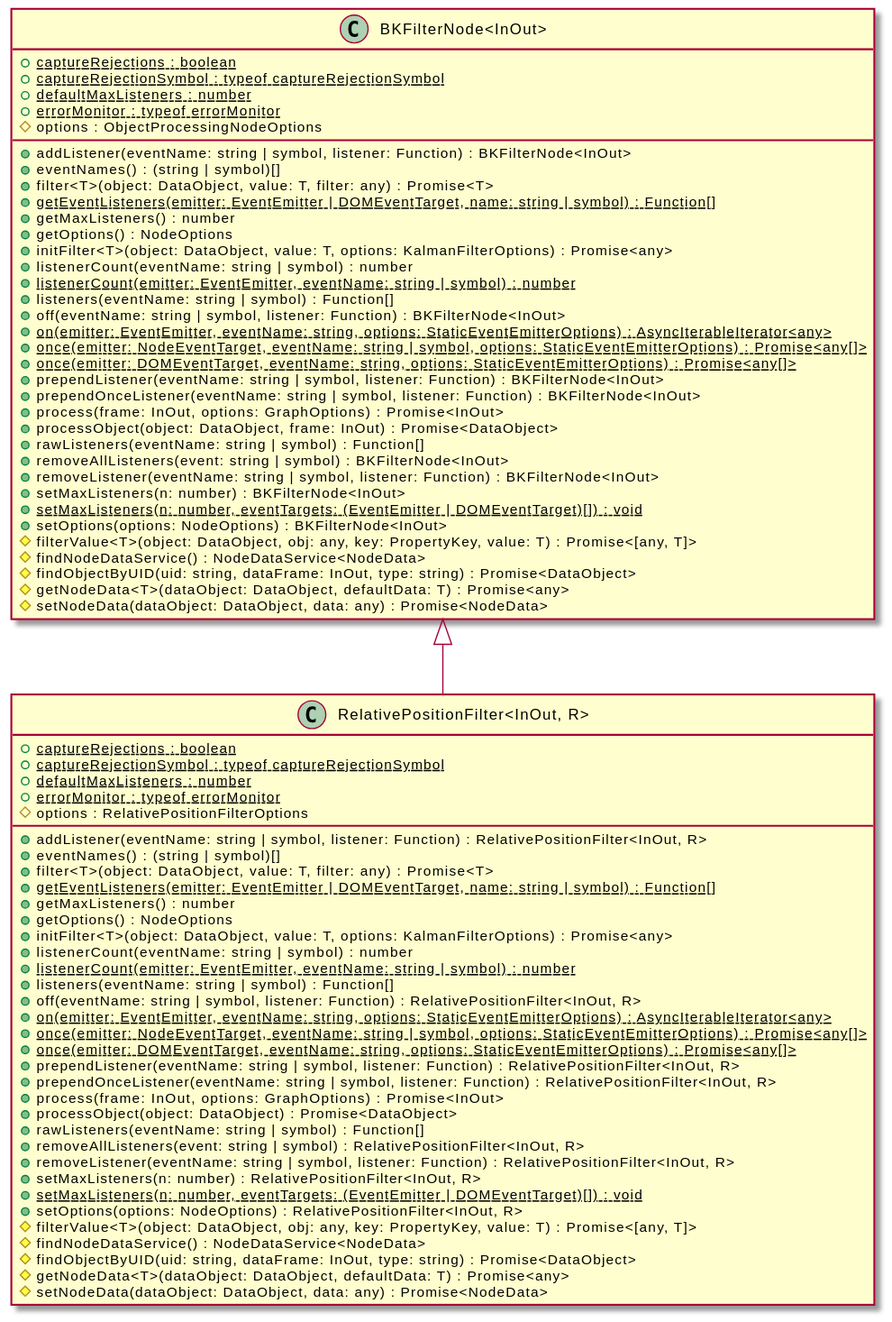
Earlier version of the PlantUML export assets/RelativePositionFilter-umlClassDiagram-14373.svg (OpenHPS/openhps-core). Source of this version:
```plantuml
@startuml
skinparam BackgroundColor transparent
hide empty methods
hide empty fields
class "RelativePositionFilter<InOut, R>" {
    {static} +captureRejections : boolean
    {static} +captureRejectionSymbol : typeof captureRejectionSymbol
    {static} +defaultMaxListeners : number
    {static} +errorMonitor : typeof errorMonitor
    #options : RelativePositionFilterOptions
    +addListener(eventName: string | symbol, listener: Function) : RelativePositionFilter<InOut, R>
    +eventNames() : (string | symbol)[]
    +filter<T>(object: DataObject, value: T, filter: any) : Promise<T>
    {static} +getEventListeners(emitter: EventEmitter | DOMEventTarget, name: string | symbol) : Function[]
    +getMaxListeners() : number
    +getOptions() : NodeOptions
    +initFilter<T>(object: DataObject, value: T, options: KalmanFilterOptions) : Promise<any>
    +listenerCount(eventName: string | symbol) : number
    {static} +listenerCount(emitter: EventEmitter, eventName: string | symbol) : number
    +listeners(eventName: string | symbol) : Function[]
    +off(eventName: string | symbol, listener: Function) : RelativePositionFilter<InOut, R>
    {static} +on(emitter: EventEmitter, eventName: string, options: StaticEventEmitterOptions) : AsyncIterableIterator<any>
    {static} +once(emitter: NodeEventTarget, eventName: string | symbol, options: StaticEventEmitterOptions) : Promise<any[]>
    {static} +once(emitter: DOMEventTarget, eventName: string, options: StaticEventEmitterOptions) : Promise<any[]>
    +prependListener(eventName: string | symbol, listener: Function) : RelativePositionFilter<InOut, R>
    +prependOnceListener(eventName: string | symbol, listener: Function) : RelativePositionFilter<InOut, R>
    +process(frame: InOut, options: GraphOptions) : Promise<InOut>
    +processObject(object: DataObject) : Promise<DataObject>
    +rawListeners(eventName: string | symbol) : Function[]
    +removeAllListeners(event: string | symbol) : RelativePositionFilter<InOut, R>
    +removeListener(eventName: string | symbol, listener: Function) : RelativePositionFilter<InOut, R>
    +setMaxListeners(n: number) : RelativePositionFilter<InOut, R>
    {static} +setMaxListeners(n: number, eventTargets: (EventEmitter | DOMEventTarget)[]) : void
    +setOptions(options: NodeOptions) : RelativePositionFilter<InOut, R>
    #filterValue<T>(object: DataObject, obj: any, key: PropertyKey, value: T) : Promise<[any, T]>
    #findNodeDataService() : NodeDataService<NodeData>
    #findObjectByUID(uid: string, dataFrame: InOut, type: string) : Promise<DataObject>
    #getNodeData<T>(dataObject: DataObject, defaultData: T) : Promise<any>
    #setNodeData(dataObject: DataObject, data: any) : Promise<NodeData>
}
class "BKFilterNode<InOut>" {
    {static} +captureRejections : boolean
    {static} +captureRejectionSymbol : typeof captureRejectionSymbol
    {static} +defaultMaxListeners : number
    {static} +errorMonitor : typeof errorMonitor
    #options : ObjectProcessingNodeOptions
    +addListener(eventName: string | symbol, listener: Function) : BKFilterNode<InOut>
    +eventNames() : (string | symbol)[]
    +filter<T>(object: DataObject, value: T, filter: any) : Promise<T>
    {static} +getEventListeners(emitter: EventEmitter | DOMEventTarget, name: string | symbol) : Function[]
    +getMaxListeners() : number
    +getOptions() : NodeOptions
    +initFilter<T>(object: DataObject, value: T, options: KalmanFilterOptions) : Promise<any>
    +listenerCount(eventName: string | symbol) : number
    {static} +listenerCount(emitter: EventEmitter, eventName: string | symbol) : number
    +listeners(eventName: string | symbol) : Function[]
    +off(eventName: string | symbol, listener: Function) : BKFilterNode<InOut>
    {static} +on(emitter: EventEmitter, eventName: string, options: StaticEventEmitterOptions) : AsyncIterableIterator<any>
    {static} +once(emitter: NodeEventTarget, eventName: string | symbol, options: StaticEventEmitterOptions) : Promise<any[]>
    {static} +once(emitter: DOMEventTarget, eventName: string, options: StaticEventEmitterOptions) : Promise<any[]>
    +prependListener(eventName: string | symbol, listener: Function) : BKFilterNode<InOut>
    +prependOnceListener(eventName: string | symbol, listener: Function) : BKFilterNode<InOut>
    +process(frame: InOut, options: GraphOptions) : Promise<InOut>
    +processObject(object: DataObject, frame: InOut) : Promise<DataObject>
    +rawListeners(eventName: string | symbol) : Function[]
    +removeAllListeners(event: string | symbol) : BKFilterNode<InOut>
    +removeListener(eventName: string | symbol, listener: Function) : BKFilterNode<InOut>
    +setMaxListeners(n: number) : BKFilterNode<InOut>
    {static} +setMaxListeners(n: number, eventTargets: (EventEmitter | DOMEventTarget)[]) : void
    +setOptions(options: NodeOptions) : BKFilterNode<InOut>
    #filterValue<T>(object: DataObject, obj: any, key: PropertyKey, value: T) : Promise<[any, T]>
    #findNodeDataService() : NodeDataService<NodeData>
    #findObjectByUID(uid: string, dataFrame: InOut, type: string) : Promise<DataObject>
    #getNodeData<T>(dataObject: DataObject, defaultData: T) : Promise<any>
    #setNodeData(dataObject: DataObject, data: any) : Promise<NodeData>
}
"BKFilterNode<InOut>" <|-- "RelativePositionFilter<InOut, R>"
@enduml
```
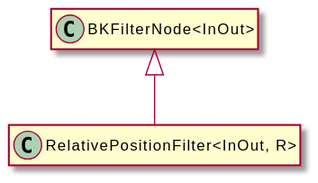
Later version of the same file.

Change to the diagram source:
```diff
@@ -3,76 +3,8 @@
 hide empty methods
 hide empty fields
 class "RelativePositionFilter<InOut, R>" {
-    {static} +captureRejections : boolean
-    {static} +captureRejectionSymbol : typeof captureRejectionSymbol
-    {static} +defaultMaxListeners : number
-    {static} +errorMonitor : typeof errorMonitor
-    #options : RelativePositionFilterOptions
-    +addListener(eventName: string | symbol, listener: Function) : RelativePositionFilter<InOut, R>
-    +eventNames() : (string | symbol)[]
-    +filter<T>(object: DataObject, value: T, filter: any) : Promise<T>
-    {static} +getEventListeners(emitter: EventEmitter | DOMEventTarget, name: string | symbol) : Function[]
-    +getMaxListeners() : number
-    +getOptions() : NodeOptions
-    +initFilter<T>(object: DataObject, value: T, options: KalmanFilterOptions) : Promise<any>
-    +listenerCount(eventName: string | symbol) : number
-    {static} +listenerCount(emitter: EventEmitter, eventName: string | symbol) : number
-    +listeners(eventName: string | symbol) : Function[]
-    +off(eventName: string | symbol, listener: Function) : RelativePositionFilter<InOut, R>
-    {static} +on(emitter: EventEmitter, eventName: string, options: StaticEventEmitterOptions) : AsyncIterableIterator<any>
-    {static} +once(emitter: NodeEventTarget, eventName: string | symbol, options: StaticEventEmitterOptions) : Promise<any[]>
-    {static} +once(emitter: DOMEventTarget, eventName: string, options: StaticEventEmitterOptions) : Promise<any[]>
-    +prependListener(eventName: string | symbol, listener: Function) : RelativePositionFilter<InOut, R>
-    +prependOnceListener(eventName: string | symbol, listener: Function) : RelativePositionFilter<InOut, R>
-    +process(frame: InOut, options: GraphOptions) : Promise<InOut>
-    +processObject(object: DataObject) : Promise<DataObject>
-    +rawListeners(eventName: string | symbol) : Function[]
-    +removeAllListeners(event: string | symbol) : RelativePositionFilter<InOut, R>
-    +removeListener(eventName: string | symbol, listener: Function) : RelativePositionFilter<InOut, R>
-    +setMaxListeners(n: number) : RelativePositionFilter<InOut, R>
-    {static} +setMaxListeners(n: number, eventTargets: (EventEmitter | DOMEventTarget)[]) : void
-    +setOptions(options: NodeOptions) : RelativePositionFilter<InOut, R>
-    #filterValue<T>(object: DataObject, obj: any, key: PropertyKey, value: T) : Promise<[any, T]>
-    #findNodeDataService() : NodeDataService<NodeData>
-    #findObjectByUID(uid: string, dataFrame: InOut, type: string) : Promise<DataObject>
-    #getNodeData<T>(dataObject: DataObject, defaultData: T) : Promise<any>
-    #setNodeData(dataObject: DataObject, data: any) : Promise<NodeData>
 }
 class "BKFilterNode<InOut>" {
-    {static} +captureRejections : boolean
-    {static} +captureRejectionSymbol : typeof captureRejectionSymbol
-    {static} +defaultMaxListeners : number
-    {static} +errorMonitor : typeof errorMonitor
-    #options : ObjectProcessingNodeOptions
-    +addListener(eventName: string | symbol, listener: Function) : BKFilterNode<InOut>
-    +eventNames() : (string | symbol)[]
-    +filter<T>(object: DataObject, value: T, filter: any) : Promise<T>
-    {static} +getEventListeners(emitter: EventEmitter | DOMEventTarget, name: string | symbol) : Function[]
-    +getMaxListeners() : number
-    +getOptions() : NodeOptions
-    +initFilter<T>(object: DataObject, value: T, options: KalmanFilterOptions) : Promise<any>
-    +listenerCount(eventName: string | symbol) : number
-    {static} +listenerCount(emitter: EventEmitter, eventName: string | symbol) : number
-    +listeners(eventName: string | symbol) : Function[]
-    +off(eventName: string | symbol, listener: Function) : BKFilterNode<InOut>
-    {static} +on(emitter: EventEmitter, eventName: string, options: StaticEventEmitterOptions) : AsyncIterableIterator<any>
-    {static} +once(emitter: NodeEventTarget, eventName: string | symbol, options: StaticEventEmitterOptions) : Promise<any[]>
-    {static} +once(emitter: DOMEventTarget, eventName: string, options: StaticEventEmitterOptions) : Promise<any[]>
-    +prependListener(eventName: string | symbol, listener: Function) : BKFilterNode<InOut>
-    +prependOnceListener(eventName: string | symbol, listener: Function) : BKFilterNode<InOut>
-    +process(frame: InOut, options: GraphOptions) : Promise<InOut>
-    +processObject(object: DataObject, frame: InOut) : Promise<DataObject>
-    +rawListeners(eventName: string | symbol) : Function[]
-    +removeAllListeners(event: string | symbol) : BKFilterNode<InOut>
-    +removeListener(eventName: string | symbol, listener: Function) : BKFilterNode<InOut>
-    +setMaxListeners(n: number) : BKFilterNode<InOut>
-    {static} +setMaxListeners(n: number, eventTargets: (EventEmitter | DOMEventTarget)[]) : void
-    +setOptions(options: NodeOptions) : BKFilterNode<InOut>
-    #filterValue<T>(object: DataObject, obj: any, key: PropertyKey, value: T) : Promise<[any, T]>
-    #findNodeDataService() : NodeDataService<NodeData>
-    #findObjectByUID(uid: string, dataFrame: InOut, type: string) : Promise<DataObject>
-    #getNodeData<T>(dataObject: DataObject, defaultData: T) : Promise<any>
-    #setNodeData(dataObject: DataObject, data: any) : Promise<NodeData>
 }
 "BKFilterNode<InOut>" <|-- "RelativePositionFilter<InOut, R>"
 @enduml
```
